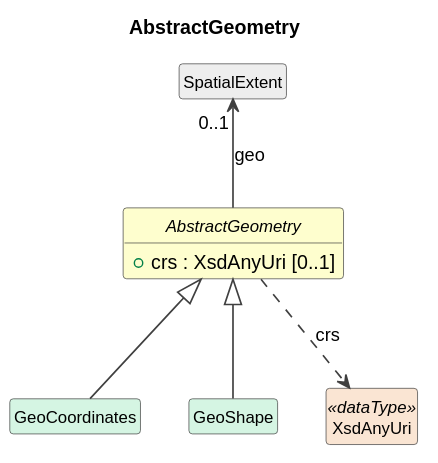
Earlier version of the PlantUML export cdif-uml-model/CDIFDataStructure/Classes/AbstractGeometry.svg (Cross-Domain-Interoperability-Framework/metadataBuildingBlocks).
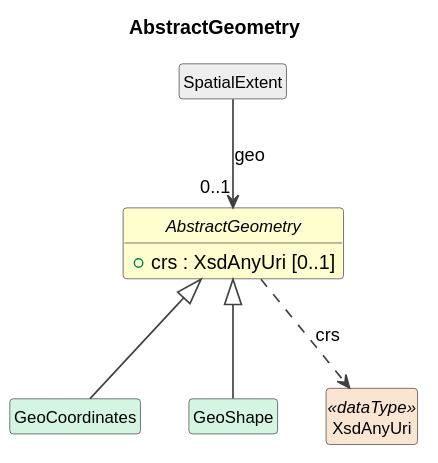
After the commit.

Change to the diagram source:
```diff
@@ -18,7 +18,7 @@
 class "GeoShape" as GeoShape #D5F5E3
 AbstractGeometry <|-- GeoShape
 class "SpatialExtent" as SpatialExtent #EEEEEE
-SpatialExtent "0..1" <-- AbstractGeometry : geo
+SpatialExtent --> "0..1" AbstractGeometry : geo
 class "XsdAnyUri" as XsdAnyUri <<dataType>> #FAE5D3
 AbstractGeometry ..> XsdAnyUri : crs
 @enduml
```
